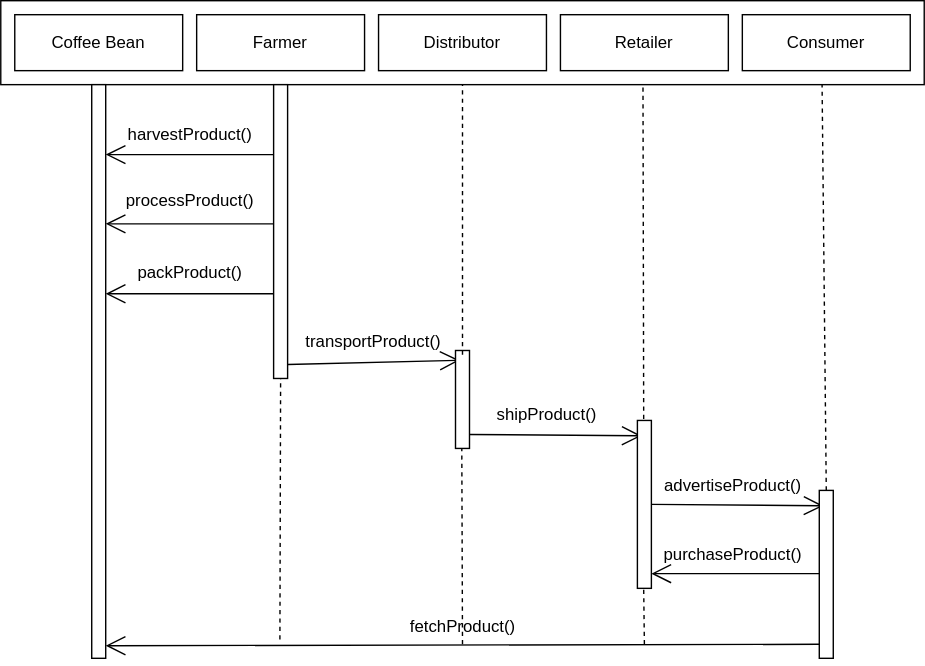
Before: uml/sequence diagram.svg, a diagram exported from draw.io (hicks8989/farmer-supply-chain). Source tidied: cells renumbered, new cells last; positions are measured from the earlier drawing's top-left corner, leaving out a move shared by most shapes. The source it was exported from:
```xml
<mxGraphModel>
  <root>
    <mxCell id="0" />
    <mxCell id="1" parent="0" />
    <mxCell id="2" style="endArrow=none;dashed=1;html=1;" parent="1" edge="1">
      <mxGeometry relative="1" as="geometry">
        <mxPoint x="330" y="460" as="sourcePoint" />
        <mxPoint x="329.5" y="320" as="targetPoint" />
      </mxGeometry>
    </mxCell>
    <mxCell id="3" style="rounded=0;whiteSpace=wrap;html=1;" parent="1" vertex="1">
      <mxGeometry width="660" height="60" as="geometry" />
    </mxCell>
    <mxCell id="4" value="Coffee Bean" style="rounded=0;whiteSpace=wrap;html=1;" parent="1" vertex="1">
      <mxGeometry x="10" y="10" width="120" height="40" as="geometry" />
    </mxCell>
    <mxCell id="5" value="Farmer" style="rounded=0;whiteSpace=wrap;html=1;" parent="1" vertex="1">
      <mxGeometry x="140" y="10" width="120" height="40" as="geometry" />
    </mxCell>
    <mxCell id="6" value="Distributor" style="rounded=0;whiteSpace=wrap;html=1;" parent="1" vertex="1">
      <mxGeometry x="270" y="10" width="120" height="40" as="geometry" />
    </mxCell>
    <mxCell id="7" value="Retailer" style="rounded=0;whiteSpace=wrap;html=1;" parent="1" vertex="1">
      <mxGeometry x="400" y="10" width="120" height="40" as="geometry" />
    </mxCell>
    <mxCell id="8" value="Consumer" style="rounded=0;whiteSpace=wrap;html=1;" parent="1" vertex="1">
      <mxGeometry x="530" y="10" width="120" height="40" as="geometry" />
    </mxCell>
    <mxCell id="9" style="html=1;perimeter=orthogonalPerimeter;" parent="1" vertex="1">
      <mxGeometry x="65" y="60" width="10" height="410" as="geometry" />
    </mxCell>
    <mxCell id="10" style="html=1;perimeter=orthogonalPerimeter;" parent="1" vertex="1">
      <mxGeometry x="195" y="60" width="10" height="210" as="geometry" />
    </mxCell>
    <mxCell id="11" style="endArrow=open;endFill=1;endSize=12;html=1;" parent="1" edge="1">
      <mxGeometry relative="1" as="geometry">
        <mxPoint x="195" y="110" as="sourcePoint" />
        <mxPoint x="75" y="110" as="targetPoint" />
      </mxGeometry>
    </mxCell>
    <mxCell id="12" value="harvestProduct()" style="text;html=1;align=center;verticalAlign=middle;" parent="1" vertex="1">
      <mxGeometry x="85" y="86" width="100" height="20" as="geometry" />
    </mxCell>
    <mxCell id="13" value="processProduct()" style="text;html=1;align=center;verticalAlign=middle;" parent="1" vertex="1">
      <mxGeometry x="80" y="133" width="110" height="20" as="geometry" />
    </mxCell>
    <mxCell id="14" style="endArrow=open;endFill=1;endSize=12;html=1;" parent="1" edge="1">
      <mxGeometry relative="1" as="geometry">
        <mxPoint x="195" y="159.5" as="sourcePoint" />
        <mxPoint x="75" y="159.5" as="targetPoint" />
      </mxGeometry>
    </mxCell>
    <mxCell id="15" style="endArrow=open;endFill=1;endSize=12;html=1;" parent="1" edge="1">
      <mxGeometry relative="1" as="geometry">
        <mxPoint x="195" y="209.5" as="sourcePoint" />
        <mxPoint x="75" y="209.5" as="targetPoint" />
      </mxGeometry>
    </mxCell>
    <mxCell id="16" value="packProduct()" style="text;html=1;align=center;verticalAlign=middle;" parent="1" vertex="1">
      <mxGeometry x="90" y="185" width="90" height="20" as="geometry" />
    </mxCell>
    <mxCell id="17" style="endArrow=open;endFill=1;endSize=12;html=1;entryX=0.3;entryY=0.1;entryDx=0;entryDy=0;entryPerimeter=0;" parent="1" edge="1" target="18">
      <mxGeometry relative="1" as="geometry">
        <mxPoint x="205" y="260" as="sourcePoint" />
      </mxGeometry>
    </mxCell>
    <mxCell id="18" style="html=1;points=[];perimeter=orthogonalPerimeter;" parent="1" vertex="1">
      <mxGeometry x="325" y="250" width="10" height="70" as="geometry" />
    </mxCell>
    <mxCell id="19" value="transportProduct()" style="text;html=1;align=center;verticalAlign=middle;" parent="1" vertex="1">
      <mxGeometry x="211" y="234" width="110" height="20" as="geometry" />
    </mxCell>
    <mxCell id="20" style="endArrow=open;endFill=1;endSize=12;html=1;entryX=0.3;entryY=0.1;entryDx=0;entryDy=0;entryPerimeter=0;" parent="1" edge="1">
      <mxGeometry relative="1" as="geometry">
        <mxPoint x="335" y="310" as="sourcePoint" />
        <mxPoint x="458" y="311" as="targetPoint" />
      </mxGeometry>
    </mxCell>
    <mxCell id="21" style="html=1;perimeter=orthogonalPerimeter;" parent="1" vertex="1">
      <mxGeometry x="455" y="300" width="10" height="120" as="geometry" />
    </mxCell>
    <mxCell id="22" value="shipProduct()" style="text;html=1;align=center;verticalAlign=middle;" parent="1" vertex="1">
      <mxGeometry x="345" y="286" width="90" height="20" as="geometry" />
    </mxCell>
    <mxCell id="23" style="endArrow=open;endFill=1;endSize=12;html=1;entryX=0.3;entryY=0.1;entryDx=0;entryDy=0;entryPerimeter=0;" parent="1" edge="1">
      <mxGeometry relative="1" as="geometry">
        <mxPoint x="465" y="360" as="sourcePoint" />
        <mxPoint x="588" y="361" as="targetPoint" />
      </mxGeometry>
    </mxCell>
    <mxCell id="24" style="html=1;points=[];perimeter=orthogonalPerimeter;" parent="1" vertex="1">
      <mxGeometry x="585" y="350" width="10" height="120" as="geometry" />
    </mxCell>
    <mxCell id="25" value="advertiseProduct()" style="text;html=1;align=center;verticalAlign=middle;" parent="1" vertex="1">
      <mxGeometry x="468" y="337" width="110" height="20" as="geometry" />
    </mxCell>
    <mxCell id="26" style="endArrow=open;endFill=1;endSize=12;html=1;" parent="1" edge="1">
      <mxGeometry relative="1" as="geometry">
        <mxPoint x="585" y="409.5" as="sourcePoint" />
        <mxPoint x="465" y="409.5" as="targetPoint" />
      </mxGeometry>
    </mxCell>
    <mxCell id="27" value="purchaseProduct()" style="text;html=1;align=center;verticalAlign=middle;" parent="1" vertex="1">
      <mxGeometry x="468" y="386" width="110" height="20" as="geometry" />
    </mxCell>
    <mxCell id="28" style="endArrow=open;endFill=1;endSize=12;html=1;" parent="1" edge="1">
      <mxGeometry relative="1" as="geometry">
        <mxPoint x="585" y="460" as="sourcePoint" />
        <mxPoint x="75" y="461" as="targetPoint" />
      </mxGeometry>
    </mxCell>
    <mxCell id="29" value="fetchProduct()" style="text;html=1;align=center;verticalAlign=middle;" parent="1" vertex="1">
      <mxGeometry x="285" y="438" width="90" height="20" as="geometry" />
    </mxCell>
    <mxCell id="30" style="endArrow=none;dashed=1;html=1;entryX=0.5;entryY=1;entryDx=0;entryDy=0;" parent="1" edge="1" target="3">
      <mxGeometry relative="1" as="geometry">
        <mxPoint x="330" y="253" as="sourcePoint" />
      </mxGeometry>
    </mxCell>
    <mxCell id="31" style="endArrow=none;dashed=1;html=1;" parent="1" edge="1">
      <mxGeometry relative="1" as="geometry">
        <mxPoint x="199.5" y="456.5" as="sourcePoint" />
        <mxPoint x="200" y="270" as="targetPoint" />
      </mxGeometry>
    </mxCell>
    <mxCell id="32" style="endArrow=none;dashed=1;html=1;" parent="1" edge="1">
      <mxGeometry relative="1" as="geometry">
        <mxPoint x="459.5" y="299" as="sourcePoint" />
        <mxPoint x="459" y="60" as="targetPoint" />
      </mxGeometry>
    </mxCell>
    <mxCell id="33" style="endArrow=none;dashed=1;html=1;" parent="1" edge="1">
      <mxGeometry relative="1" as="geometry">
        <mxPoint x="590" y="350" as="sourcePoint" />
        <mxPoint x="587" y="60" as="targetPoint" />
      </mxGeometry>
    </mxCell>
    <mxCell id="34" style="endArrow=none;dashed=1;html=1;" parent="1" edge="1">
      <mxGeometry relative="1" as="geometry">
        <mxPoint x="460" y="460" as="sourcePoint" />
        <mxPoint x="459.5" y="420" as="targetPoint" />
      </mxGeometry>
    </mxCell>
  </root>
</mxGraphModel>
```
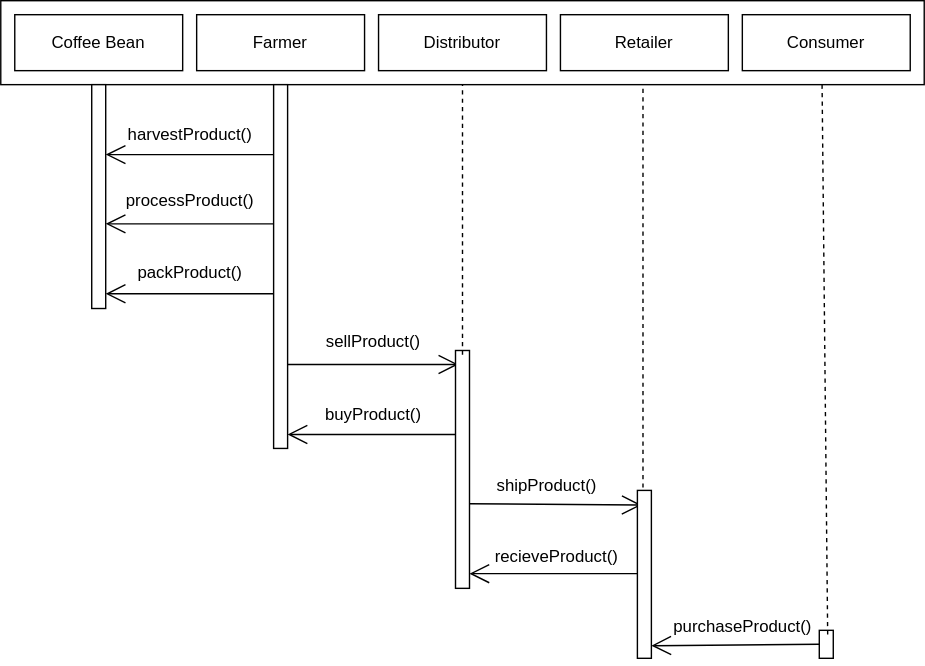
After the commit.

Commit message:
doc: Updated sequence diagram

Change to the diagram source:
```diff
@@ -2,12 +2,12 @@
   <root>
     <mxCell id="0" />
     <mxCell id="1" parent="0" />
-    <mxCell id="2" style="endArrow=none;dashed=1;html=1;" parent="1" edge="1">
-      <mxGeometry relative="1" as="geometry">
-        <mxPoint x="330" y="460" as="sourcePoint" />
-        <mxPoint x="329.5" y="320" as="targetPoint" />
-      </mxGeometry>
-    </mxCell>
+    <mxCell id="32" style="endArrow=none;dashed=1;html=1;" parent="1" edge="1">
+      <mxGeometry relative="1" as="geometry">
+        <mxPoint x="459" y="366" as="sourcePoint" />
+        <mxPoint x="459" y="60" as="targetPoint" />
+      </mxGeometry>
+    </mxCell>
     <mxCell id="3" style="rounded=0;whiteSpace=wrap;html=1;" parent="1" vertex="1">
       <mxGeometry width="660" height="60" as="geometry" />
     </mxCell>
@@ -27,10 +27,10 @@
       <mxGeometry x="530" y="10" width="120" height="40" as="geometry" />
     </mxCell>
     <mxCell id="9" style="html=1;perimeter=orthogonalPerimeter;" parent="1" vertex="1">
-      <mxGeometry x="65" y="60" width="10" height="410" as="geometry" />
+      <mxGeometry x="65" y="60" width="10" height="160" as="geometry" />
     </mxCell>
     <mxCell id="10" style="html=1;perimeter=orthogonalPerimeter;" parent="1" vertex="1">
-      <mxGeometry x="195" y="60" width="10" height="210" as="geometry" />
+      <mxGeometry x="195" y="60" width="10" height="260" as="geometry" />
     </mxCell>
     <mxCell id="11" style="endArrow=open;endFill=1;endSize=12;html=1;" parent="1" edge="1">
       <mxGeometry relative="1" as="geometry">
@@ -59,87 +59,71 @@
     <mxCell id="16" value="packProduct()" style="text;html=1;align=center;verticalAlign=middle;" parent="1" vertex="1">
       <mxGeometry x="90" y="185" width="90" height="20" as="geometry" />
     </mxCell>
-    <mxCell id="17" style="endArrow=open;endFill=1;endSize=12;html=1;entryX=0.3;entryY=0.1;entryDx=0;entryDy=0;entryPerimeter=0;" parent="1" edge="1" target="18">
+    <mxCell id="17" style="endArrow=open;endFill=1;endSize=12;html=1;" parent="1" edge="1">
       <mxGeometry relative="1" as="geometry">
         <mxPoint x="205" y="260" as="sourcePoint" />
+        <mxPoint x="327" y="260" as="targetPoint" />
       </mxGeometry>
     </mxCell>
     <mxCell id="18" style="html=1;points=[];perimeter=orthogonalPerimeter;" parent="1" vertex="1">
-      <mxGeometry x="325" y="250" width="10" height="70" as="geometry" />
+      <mxGeometry x="325" y="250" width="10" height="170" as="geometry" />
     </mxCell>
-    <mxCell id="19" value="transportProduct()" style="text;html=1;align=center;verticalAlign=middle;" parent="1" vertex="1">
-      <mxGeometry x="211" y="234" width="110" height="20" as="geometry" />
+    <mxCell id="19" value="sellProduct()" style="text;html=1;align=center;verticalAlign=middle;" parent="1" vertex="1">
+      <mxGeometry x="226" y="234" width="80" height="20" as="geometry" />
     </mxCell>
     <mxCell id="20" style="endArrow=open;endFill=1;endSize=12;html=1;entryX=0.3;entryY=0.1;entryDx=0;entryDy=0;entryPerimeter=0;" parent="1" edge="1">
       <mxGeometry relative="1" as="geometry">
-        <mxPoint x="335" y="310" as="sourcePoint" />
-        <mxPoint x="458" y="311" as="targetPoint" />
+        <mxPoint x="335" y="359.5" as="sourcePoint" />
+        <mxPoint x="458" y="360.5" as="targetPoint" />
       </mxGeometry>
     </mxCell>
     <mxCell id="21" style="html=1;perimeter=orthogonalPerimeter;" parent="1" vertex="1">
-      <mxGeometry x="455" y="300" width="10" height="120" as="geometry" />
+      <mxGeometry x="455" y="350" width="10" height="120" as="geometry" />
     </mxCell>
     <mxCell id="22" value="shipProduct()" style="text;html=1;align=center;verticalAlign=middle;" parent="1" vertex="1">
-      <mxGeometry x="345" y="286" width="90" height="20" as="geometry" />
+      <mxGeometry x="345" y="337" width="90" height="20" as="geometry" />
     </mxCell>
-    <mxCell id="23" style="endArrow=open;endFill=1;endSize=12;html=1;entryX=0.3;entryY=0.1;entryDx=0;entryDy=0;entryPerimeter=0;" parent="1" edge="1">
-      <mxGeometry relative="1" as="geometry">
-        <mxPoint x="465" y="360" as="sourcePoint" />
-        <mxPoint x="588" y="361" as="targetPoint" />
-      </mxGeometry>
-    </mxCell>
     <mxCell id="24" style="html=1;points=[];perimeter=orthogonalPerimeter;" parent="1" vertex="1">
-      <mxGeometry x="585" y="350" width="10" height="120" as="geometry" />
+      <mxGeometry x="585" y="450" width="10" height="20" as="geometry" />
     </mxCell>
-    <mxCell id="25" value="advertiseProduct()" style="text;html=1;align=center;verticalAlign=middle;" parent="1" vertex="1">
-      <mxGeometry x="468" y="337" width="110" height="20" as="geometry" />
-    </mxCell>
-    <mxCell id="26" style="endArrow=open;endFill=1;endSize=12;html=1;" parent="1" edge="1">
-      <mxGeometry relative="1" as="geometry">
-        <mxPoint x="585" y="409.5" as="sourcePoint" />
-        <mxPoint x="465" y="409.5" as="targetPoint" />
-      </mxGeometry>
-    </mxCell>
-    <mxCell id="27" value="purchaseProduct()" style="text;html=1;align=center;verticalAlign=middle;" parent="1" vertex="1">
-      <mxGeometry x="468" y="386" width="110" height="20" as="geometry" />
-    </mxCell>
     <mxCell id="28" style="endArrow=open;endFill=1;endSize=12;html=1;" parent="1" edge="1">
       <mxGeometry relative="1" as="geometry">
         <mxPoint x="585" y="460" as="sourcePoint" />
-        <mxPoint x="75" y="461" as="targetPoint" />
+        <mxPoint x="465" y="461" as="targetPoint" />
       </mxGeometry>
     </mxCell>
-    <mxCell id="29" value="fetchProduct()" style="text;html=1;align=center;verticalAlign=middle;" parent="1" vertex="1">
-      <mxGeometry x="285" y="438" width="90" height="20" as="geometry" />
+    <mxCell id="29" value="purchaseProduct()" style="text;html=1;align=center;verticalAlign=middle;" parent="1" vertex="1">
+      <mxGeometry x="475" y="438" width="110" height="20" as="geometry" />
     </mxCell>
     <mxCell id="30" style="endArrow=none;dashed=1;html=1;entryX=0.5;entryY=1;entryDx=0;entryDy=0;" parent="1" edge="1" target="3">
       <mxGeometry relative="1" as="geometry">
         <mxPoint x="330" y="253" as="sourcePoint" />
       </mxGeometry>
     </mxCell>
-    <mxCell id="31" style="endArrow=none;dashed=1;html=1;" parent="1" edge="1">
-      <mxGeometry relative="1" as="geometry">
-        <mxPoint x="199.5" y="456.5" as="sourcePoint" />
-        <mxPoint x="200" y="270" as="targetPoint" />
-      </mxGeometry>
-    </mxCell>
-    <mxCell id="32" style="endArrow=none;dashed=1;html=1;" parent="1" edge="1">
-      <mxGeometry relative="1" as="geometry">
-        <mxPoint x="459.5" y="299" as="sourcePoint" />
-        <mxPoint x="459" y="60" as="targetPoint" />
-      </mxGeometry>
-    </mxCell>
-    <mxCell id="33" style="endArrow=none;dashed=1;html=1;" parent="1" edge="1">
+    <mxCell id="33" style="endArrow=none;dashed=1;html=1;exitX=0.6;exitY=0.15;exitDx=0;exitDy=0;exitPerimeter=0;" parent="1" edge="1" source="24">
       <mxGeometry relative="1" as="geometry">
-        <mxPoint x="590" y="350" as="sourcePoint" />
         <mxPoint x="587" y="60" as="targetPoint" />
       </mxGeometry>
     </mxCell>
-    <mxCell id="34" style="endArrow=none;dashed=1;html=1;" parent="1" edge="1">
-      <mxGeometry relative="1" as="geometry">
-        <mxPoint x="460" y="460" as="sourcePoint" />
-        <mxPoint x="459.5" y="420" as="targetPoint" />
-      </mxGeometry>
-    </mxCell>
+    <mxCell id="35" style="endArrow=open;endFill=1;endSize=12;html=1;" parent="1" edge="1">
+      <mxGeometry relative="1" as="geometry">
+        <mxPoint x="325" y="310" as="sourcePoint" />
+        <mxPoint x="205" y="310" as="targetPoint" />
+      </mxGeometry>
+    </mxCell>
+    <mxCell id="36" value="buyProduct()" style="text;html=1;align=center;verticalAlign=middle;" parent="1" vertex="1">
+      <mxGeometry x="226" y="286" width="80" height="20" as="geometry" />
+    </mxCell>
+    <mxCell id="37" style="endArrow=open;endFill=1;endSize=12;html=1;" parent="1" edge="1">
+      <mxGeometry relative="1" as="geometry">
+        <mxPoint x="455" y="409.5" as="sourcePoint" />
+        <mxPoint x="335" y="409.5" as="targetPoint" />
+      </mxGeometry>
+    </mxCell>
+    <mxCell id="38" value="recieveProduct()" style="edgeLabel;html=1;align=center;verticalAlign=middle;fontSize=12;labelBackgroundColor=none;" parent="37" vertex="1">
+      <mxGeometry x="0.13" y="-11" relative="1" as="geometry">
+        <mxPoint x="9" y="-1" as="offset" />
+      </mxGeometry>
+    </mxCell>
   </root>
 </mxGraphModel>
```
